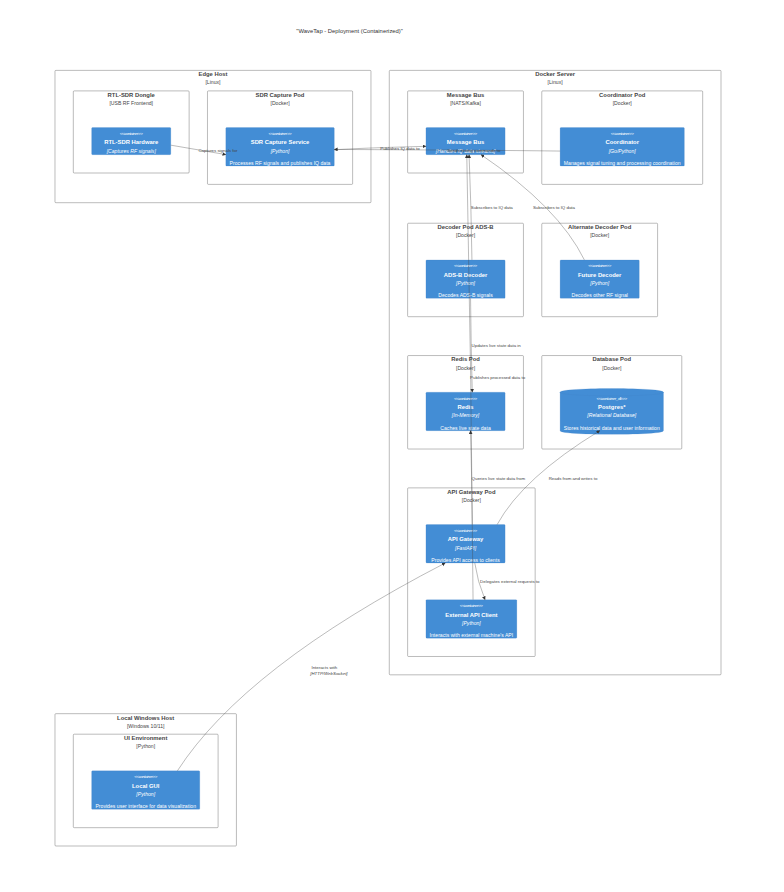
The Mermaid diagram documentation/diagrams_output/04_c4_deployment.png in bwharris1125/WaveTap_SDR, before a commit. Its source is kept beside it as documentation/diagrams/04_c4_deployment.mmd.
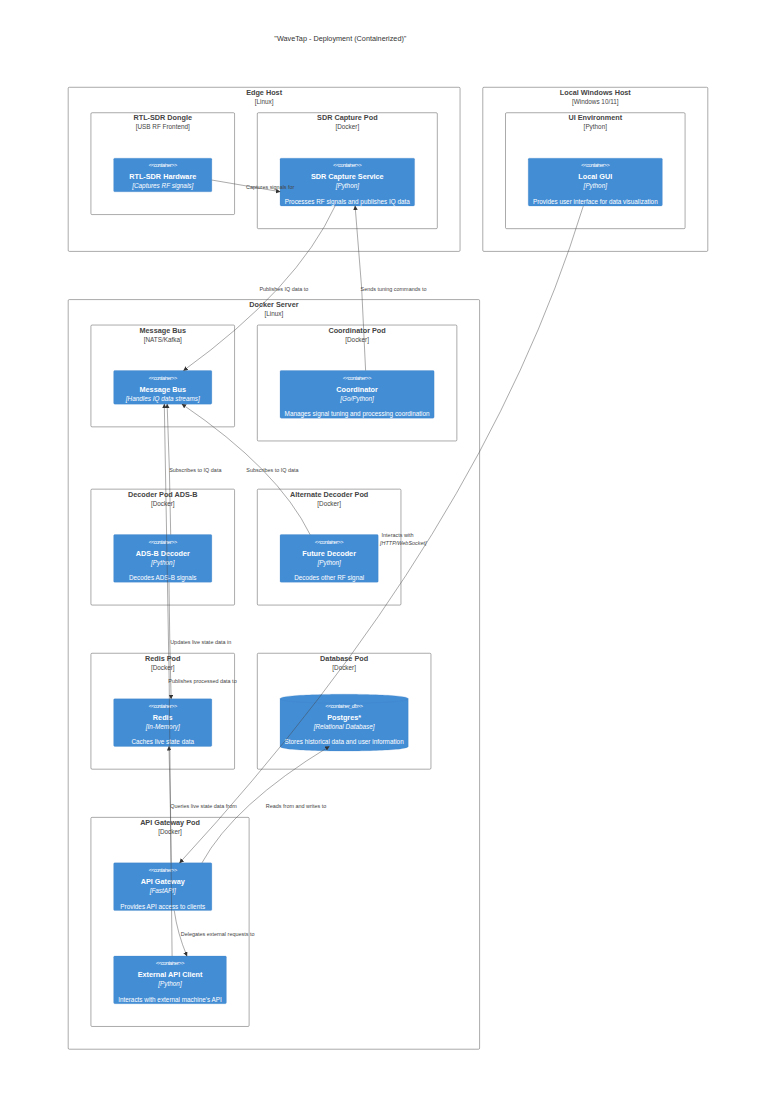
Above is the later version.

The edit, as a diff of the source:
```diff
@@ -7,6 +7,12 @@
     }
     Node(cap_pod, "SDR Capture Pod", "Docker") {
         Container(sdr_cap, "SDR Capture Service", "Python", "Processes RF signals and publishes IQ data")
+    }
+}
+
+Deployment_Node(local, "Local Windows Host", "Windows 10/11") {
+    Node(ui_dev, "UI Environment", "Python") {
+        Container(ui, "Local GUI", "Python", "Provides user interface for data visualization")
     }
 }
 
@@ -35,11 +41,6 @@
     }
 }
 
-Deployment_Node(local, "Local Windows Host", "Windows 10/11") {
-    Node(ui_dev, "UI Environment", "Python") {
-        Container(ui, "Local GUI", "Python", "Provides user interface for data visualization")
-    }
-}
 
 Rel(rtlsdr, sdr_cap, "Captures signals for")
 Rel(sdr_cap, msg_bus, "Publishes IQ data to")
```
